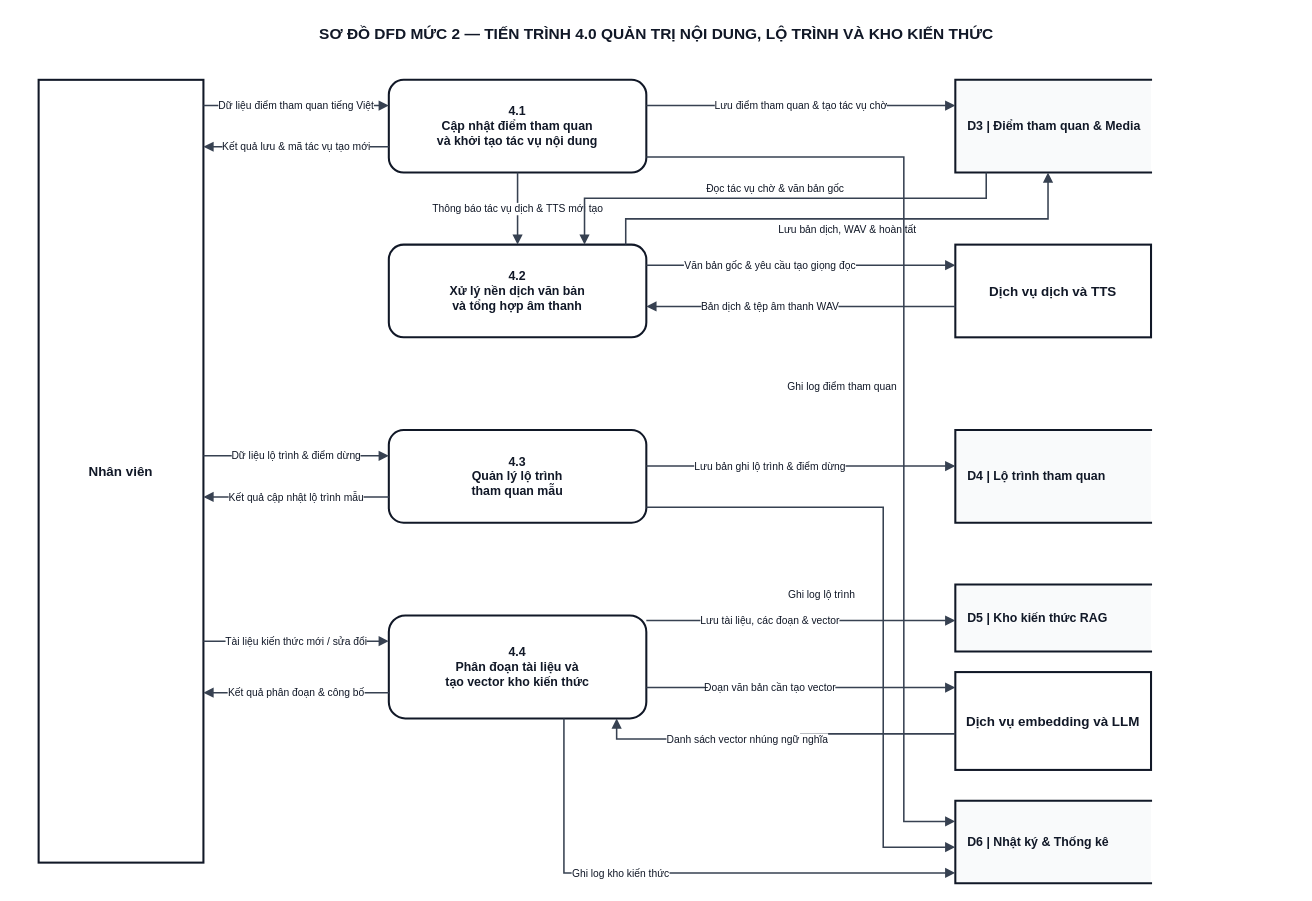
Before: docs/diagram/dfd/DFD_Level_2_P4_Content_Knowledge_Admin.drawio in Kazuken123/prj_sgu26_cnpm, a draw.io diagram. Source tidied: cells renumbered, new cells numbered last; positions are measured from the earlier drawing's top-left corner, leaving out a move shared by most shapes. Both pictures are drawn from the tidied source at 103%, with x=0, y=0 at pixel (18, 18).
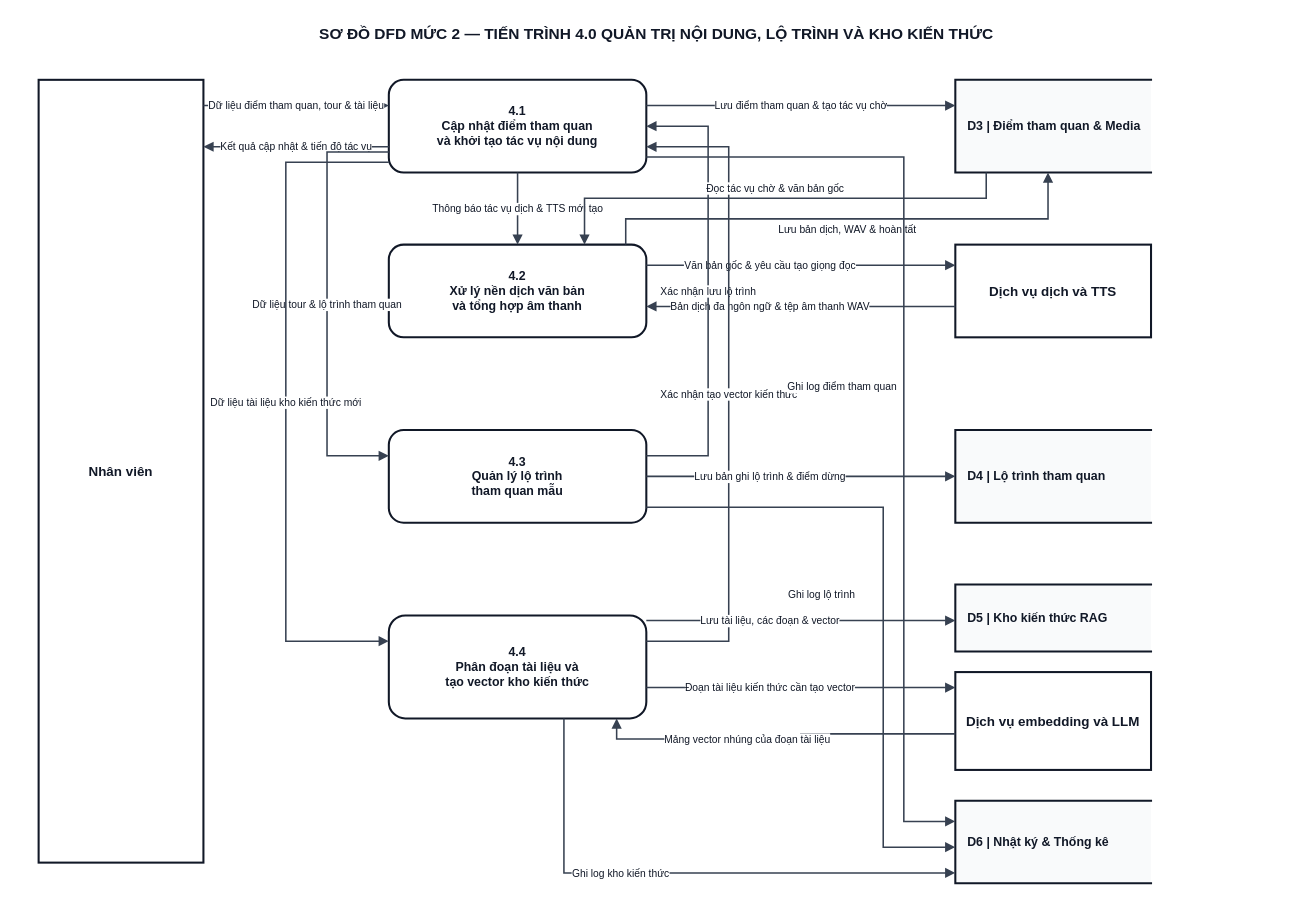
The same diagram, later.

The change refers to these unchanged cells:
```xml
<mxCell id="3" value="Nhân viên" style="rounded=0;whiteSpace=wrap;html=1;fillColor=#FFFFFF;strokeColor=#111827;strokeWidth=2;fontFamily=Arial;fontSize=13;fontStyle=1;fontColor=#111827;align=center;" parent="1" vertex="1">
  <mxGeometry x="20" y="60" width="160" height="760" as="geometry" />
</mxCell>
<mxCell id="4" value="&lt;b&gt;4.1&lt;/b&gt;&lt;br/&gt;Cập nhật điểm tham quan&lt;br/&gt;và khởi tạo tác vụ nội dung" style="rounded=1;arcSize=16;whiteSpace=wrap;html=1;fillColor=#FFFFFF;strokeColor=#111827;strokeWidth=2;fontFamily=Arial;fontSize=12;fontStyle=1;fontColor=#111827;align=center;" parent="1" vertex="1">
  <mxGeometry x="360" y="60" width="250" height="90" as="geometry" />
</mxCell>
<mxCell id="5" value="&lt;b&gt;4.2&lt;/b&gt;&lt;br/&gt;Xử lý nền dịch văn bản&lt;br/&gt;và tổng hợp âm thanh" style="rounded=1;arcSize=16;whiteSpace=wrap;html=1;fillColor=#FFFFFF;strokeColor=#111827;strokeWidth=2;fontFamily=Arial;fontSize=12;fontStyle=1;fontColor=#111827;align=center;" parent="1" vertex="1">
  <mxGeometry x="360" y="220" width="250" height="90" as="geometry" />
</mxCell>
<mxCell id="6" value="&lt;b&gt;4.3&lt;/b&gt;&lt;br/&gt;Quản lý lộ trình&lt;br/&gt;tham quan mẫu" style="rounded=1;arcSize=16;whiteSpace=wrap;html=1;fillColor=#FFFFFF;strokeColor=#111827;strokeWidth=2;fontFamily=Arial;fontSize=12;fontStyle=1;fontColor=#111827;align=center;" parent="1" vertex="1">
  <mxGeometry x="360" y="400" width="250" height="90" as="geometry" />
</mxCell>
<mxCell id="7" value="&lt;b&gt;4.4&lt;/b&gt;&lt;br/&gt;Phân đoạn tài liệu và&lt;br/&gt;tạo vector kho kiến thức" style="rounded=1;arcSize=16;whiteSpace=wrap;html=1;fillColor=#FFFFFF;strokeColor=#111827;strokeWidth=2;fontFamily=Arial;fontSize=12;fontStyle=1;fontColor=#111827;align=center;" parent="1" vertex="1">
  <mxGeometry x="360" y="580" width="250" height="100" as="geometry" />
</mxCell>
<mxCell id="8" value="&lt;b&gt;D3&lt;/b&gt; | Điểm tham quan &amp; Media" style="shape=partialRectangle;whiteSpace=wrap;html=1;left=1;right=0;top=1;bottom=1;fillColor=#F9FAFB;strokeColor=#111827;strokeWidth=2;fontFamily=Arial;fontSize=12;fontStyle=1;fontColor=#111827;align=left;spacingLeft=10;" parent="1" vertex="1">
  <mxGeometry x="910" y="60" width="190" height="90" as="geometry" />
</mxCell>
<mxCell id="9" value="Dịch vụ dịch và TTS" style="rounded=0;whiteSpace=wrap;html=1;fillColor=#FFFFFF;strokeColor=#111827;strokeWidth=2;fontFamily=Arial;fontSize=13;fontStyle=1;fontColor=#111827;align=center;" parent="1" vertex="1">
  <mxGeometry x="910" y="220" width="190" height="90" as="geometry" />
</mxCell>
<mxCell id="10" value="&lt;b&gt;D4&lt;/b&gt; | Lộ trình tham quan" style="shape=partialRectangle;whiteSpace=wrap;html=1;left=1;right=0;top=1;bottom=1;fillColor=#F9FAFB;strokeColor=#111827;strokeWidth=2;fontFamily=Arial;fontSize=12;fontStyle=1;fontColor=#111827;align=left;spacingLeft=10;" parent="1" vertex="1">
  <mxGeometry x="910" y="400" width="190" height="90" as="geometry" />
</mxCell>
<mxCell id="11" value="&lt;b&gt;D5&lt;/b&gt; | Kho kiến thức RAG" style="shape=partialRectangle;whiteSpace=wrap;html=1;left=1;right=0;top=1;bottom=1;fillColor=#F9FAFB;strokeColor=#111827;strokeWidth=2;fontFamily=Arial;fontSize=12;fontStyle=1;fontColor=#111827;align=left;spacingLeft=10;" parent="1" vertex="1">
  <mxGeometry x="910" y="550" width="190" height="65" as="geometry" />
</mxCell>
<mxCell id="12" value="Dịch vụ embedding và LLM" style="rounded=0;whiteSpace=wrap;html=1;fillColor=#FFFFFF;strokeColor=#111827;strokeWidth=2;fontFamily=Arial;fontSize=13;fontStyle=1;fontColor=#111827;align=center;" parent="1" vertex="1">
  <mxGeometry x="910" y="635" width="190" height="95" as="geometry" />
</mxCell>
```

The edit, as a diff of the source:
```diff
@@
-    <mxCell id="14" value="Dữ liệu điểm tham quan tiếng Việt" style="edgeStyle=orthogonalEdgeStyle;rounded=0;jettySize=auto;html=1;strokeColor=#374151;strokeWidth=1.5;endArrow=block;endFill=1;fontFamily=Arial;fontSize=10;fontColor=#111827;labelBackgroundColor=#FFFFFF;spacing=2;exitX=1.0000;exitY=0.0329;exitDx=0;exitDy=0;entryX=0.0000;entryY=0.2778;entryDx=0;entryDy=0;" parent="1" edge="1" source="3" target="4">
+    <mxCell id="14" value="Dữ liệu điểm tham quan, tour &amp; tài liệu" style="edgeStyle=orthogonalEdgeStyle;rounded=0;jettySize=auto;html=1;strokeColor=#374151;strokeWidth=1.5;endArrow=block;endFill=1;fontFamily=Arial;fontSize=10;fontColor=#111827;labelBackgroundColor=#FFFFFF;spacing=2;exitX=1.0000;exitY=0.0329;exitDx=0;exitDy=0;entryX=0.0000;entryY=0.2778;entryDx=0;entryDy=0;" parent="1" edge="1" source="3" target="4">
       <mxGeometry relative="1" as="geometry" />
     </mxCell>
-    <mxCell id="15" value="Kết quả lưu &amp; mã tác vụ tạo mới" style="edgeStyle=orthogonalEdgeStyle;rounded=0;jettySize=auto;html=1;strokeColor=#374151;strokeWidth=1.5;endArrow=block;endFill=1;fontFamily=Arial;fontSize=10;fontColor=#111827;labelBackgroundColor=#FFFFFF;spacing=2;exitX=0.0000;exitY=0.7222;exitDx=0;exitDy=0;entryX=1.0000;entryY=0.0855;entryDx=0;entryDy=0;" parent="1" edge="1" source="4" target="3">
+    <mxCell id="15" value="Kết quả cập nhật &amp; tiến độ tác vụ" style="edgeStyle=orthogonalEdgeStyle;rounded=0;jettySize=auto;html=1;strokeColor=#374151;strokeWidth=1.5;endArrow=block;endFill=1;fontFamily=Arial;fontSize=10;fontColor=#111827;labelBackgroundColor=#FFFFFF;spacing=2;exitX=0.0000;exitY=0.7222;exitDx=0;exitDy=0;entryX=1.0000;entryY=0.0855;entryDx=0;entryDy=0;" parent="1" edge="1" source="4" target="3">
       <mxGeometry relative="1" as="geometry" />
     </mxCell>
-    <mxCell id="16" value="Dữ liệu lộ trình &amp; điểm dừng" style="edgeStyle=orthogonalEdgeStyle;rounded=0;jettySize=auto;html=1;strokeColor=#374151;strokeWidth=1.5;endArrow=block;endFill=1;fontFamily=Arial;fontSize=10;fontColor=#111827;labelBackgroundColor=#FFFFFF;spacing=2;exitX=1.0000;exitY=0.4803;exitDx=0;exitDy=0;entryX=0.0000;entryY=0.2778;entryDx=0;entryDy=0;" parent="1" edge="1" source="3" target="6">
-      <mxGeometry relative="1" as="geometry" />
-    </mxCell>
-    <mxCell id="17" value="Kết quả cập nhật lộ trình mẫu" style="edgeStyle=orthogonalEdgeStyle;rounded=0;jettySize=auto;html=1;strokeColor=#374151;strokeWidth=1.5;endArrow=block;endFill=1;fontFamily=Arial;fontSize=10;fontColor=#111827;labelBackgroundColor=#FFFFFF;spacing=2;exitX=0.0000;exitY=0.7222;exitDx=0;exitDy=0;entryX=1.0000;entryY=0.5329;entryDx=0;entryDy=0;" parent="1" edge="1" source="6" target="3">
-      <mxGeometry relative="1" as="geometry" />
-    </mxCell>
-    <mxCell id="18" value="Tài liệu kiến thức mới / sửa đổi" style="edgeStyle=orthogonalEdgeStyle;rounded=0;jettySize=auto;html=1;strokeColor=#374151;strokeWidth=1.5;endArrow=block;endFill=1;fontFamily=Arial;fontSize=10;fontColor=#111827;labelBackgroundColor=#FFFFFF;spacing=2;exitX=1.0000;exitY=0.7171;exitDx=0;exitDy=0;entryX=0.0000;entryY=0.2500;entryDx=0;entryDy=0;" parent="1" edge="1" source="3" target="7">
-      <mxGeometry relative="1" as="geometry" />
-    </mxCell>
-    <mxCell id="19" value="Kết quả phân đoạn &amp; công bố" style="edgeStyle=orthogonalEdgeStyle;rounded=0;jettySize=auto;html=1;strokeColor=#374151;strokeWidth=1.5;endArrow=block;endFill=1;fontFamily=Arial;fontSize=10;fontColor=#111827;labelBackgroundColor=#FFFFFF;spacing=2;exitX=0.0000;exitY=0.7500;exitDx=0;exitDy=0;entryX=1.0000;entryY=0.7829;entryDx=0;entryDy=0;" parent="1" edge="1" source="7" target="3">
-      <mxGeometry relative="1" as="geometry" />
-    </mxCell>
-    <mxCell id="20" value="Lưu điểm tham quan &amp; tạo tác vụ chờ" style="edgeStyle=orthogonalEdgeStyle;rounded=0;jettySize=auto;html=1;strokeColor=#374151;strokeWidth=1.5;endArrow=block;endFill=1;fontFamily=Arial;fontSize=10;fontColor=#111827;labelBackgroundColor=#FFFFFF;spacing=2;exitX=1.0000;exitY=0.2778;exitDx=0;exitDy=0;entryX=0.0000;entryY=0.2778;entryDx=0;entryDy=0;" parent="1" edge="1" source="4" target="8">
-      <mxGeometry relative="1" as="geometry" />
-    </mxCell>
@@
-    <mxCell id="22" value="Bản dịch &amp; tệp âm thanh WAV" style="edgeStyle=orthogonalEdgeStyle;rounded=0;jettySize=auto;html=1;strokeColor=#374151;strokeWidth=1.5;endArrow=block;endFill=1;fontFamily=Arial;fontSize=10;fontColor=#111827;labelBackgroundColor=#FFFFFF;spacing=2;exitX=0.0000;exitY=0.6667;exitDx=0;exitDy=0;entryX=1.0000;entryY=0.6667;entryDx=0;entryDy=0;" parent="1" edge="1" source="9" target="5">
+    <mxCell id="22" value="Bản dịch đa ngôn ngữ &amp; tệp âm thanh WAV" style="edgeStyle=orthogonalEdgeStyle;rounded=0;jettySize=auto;html=1;strokeColor=#374151;strokeWidth=1.5;endArrow=block;endFill=1;fontFamily=Arial;fontSize=10;fontColor=#111827;labelBackgroundColor=#FFFFFF;spacing=2;exitX=0.0000;exitY=0.6667;exitDx=0;exitDy=0;entryX=1.0000;entryY=0.6667;entryDx=0;entryDy=0;" parent="1" edge="1" source="9" target="5">
       <mxGeometry relative="1" as="geometry">
         <mxPoint x="-30" as="offset" />
       </mxGeometry>
     </mxCell>
-    <mxCell id="23" value="Lưu bản ghi lộ trình &amp; điểm dừng" style="edgeStyle=orthogonalEdgeStyle;rounded=0;jettySize=auto;html=1;strokeColor=#374151;strokeWidth=1.5;endArrow=block;endFill=1;fontFamily=Arial;fontSize=10;fontColor=#111827;labelBackgroundColor=#FFFFFF;spacing=2;exitX=1.0000;exitY=0.3889;exitDx=0;exitDy=0;entryX=0.0000;entryY=0.3889;entryDx=0;entryDy=0;" parent="1" edge="1" source="6" target="10">
-      <mxGeometry relative="1" as="geometry">
-        <mxPoint x="-30" as="offset" />
-      </mxGeometry>
-    </mxCell>
-    <mxCell id="24" value="Lưu tài liệu, các đoạn &amp; vector" style="edgeStyle=orthogonalEdgeStyle;rounded=0;jettySize=auto;html=1;strokeColor=#374151;strokeWidth=1.5;endArrow=block;endFill=1;fontFamily=Arial;fontSize=10;fontColor=#111827;labelBackgroundColor=#FFFFFF;spacing=2;exitX=1.0000;exitY=0.0500;exitDx=0;exitDy=0;entryX=0.0000;entryY=0.5385;entryDx=0;entryDy=0;" parent="1" edge="1" source="7" target="11">
-      <mxGeometry relative="1" as="geometry">
-        <mxPoint x="-30" as="offset" />
-      </mxGeometry>
-    </mxCell>
-    <mxCell id="25" value="Đoạn văn bản cần tạo vector" style="edgeStyle=orthogonalEdgeStyle;rounded=0;jettySize=auto;html=1;strokeColor=#374151;strokeWidth=1.5;endArrow=block;endFill=1;fontFamily=Arial;fontSize=10;fontColor=#111827;labelBackgroundColor=#FFFFFF;spacing=2;exitX=1.0000;exitY=0.7000;exitDx=0;exitDy=0;entryX=0.0000;entryY=0.1579;entryDx=0;entryDy=0;" parent="1" edge="1" source="7" target="12">
+    <mxCell id="25" value="Đoạn tài liệu kiến thức cần tạo vector" style="edgeStyle=orthogonalEdgeStyle;rounded=0;jettySize=auto;html=1;strokeColor=#374151;strokeWidth=1.5;endArrow=block;endFill=1;fontFamily=Arial;fontSize=10;fontColor=#111827;labelBackgroundColor=#FFFFFF;spacing=2;exitX=1.0000;exitY=0.7000;exitDx=0;exitDy=0;entryX=0.0000;entryY=0.1579;entryDx=0;entryDy=0;" parent="1" edge="1" source="7" target="12">
       <mxGeometry relative="1" as="geometry">
         <mxPoint x="-30" as="offset" />
       </mxGeometry>
     </mxCell>
-    <mxCell id="26" value="Danh sách vector nhúng ngữ nghĩa" style="edgeStyle=orthogonalEdgeStyle;rounded=0;jettySize=auto;html=1;strokeColor=#374151;strokeWidth=1.5;endArrow=block;endFill=1;fontFamily=Arial;fontSize=10;fontColor=#111827;labelBackgroundColor=#FFFFFF;spacing=2;exitX=0.0000;exitY=0.6316;exitDx=0;exitDy=0;entryX=1.0000;entryY=1.1500;entryDx=0;entryDy=0;" parent="1" edge="1" source="12" target="7">
+    <mxCell id="26" value="Mảng vector nhúng của đoạn tài liệu" style="edgeStyle=orthogonalEdgeStyle;rounded=0;jettySize=auto;html=1;strokeColor=#374151;strokeWidth=1.5;endArrow=block;endFill=1;fontFamily=Arial;fontSize=10;fontColor=#111827;labelBackgroundColor=#FFFFFF;spacing=2;exitX=0.0000;exitY=0.6316;exitDx=0;exitDy=0;entryX=1.0000;entryY=1.1500;entryDx=0;entryDy=0;" parent="1" edge="1" source="12" target="7">
       <mxGeometry relative="1" as="geometry">
         <mxPoint x="-30" as="offset" />
       </mxGeometry>
     </mxCell>
@@
+    <mxCell id="33" value="Dữ liệu tour &amp; lộ trình tham quan" style="edgeStyle=orthogonalEdgeStyle;rounded=0;jettySize=auto;html=1;strokeColor=#374151;strokeWidth=1.5;endArrow=block;endFill=1;fontFamily=Arial;fontSize=10;fontColor=#111827;labelBackgroundColor=#FFFFFF;spacing=2;exitX=0.0000;exitY=0.7778;exitDx=0;exitDy=0;entryX=0.0000;entryY=0.2778;entryDx=0;entryDy=0;" parent="1" edge="1" source="4" target="6">
+      <mxGeometry relative="1" as="geometry">
+        <Array as="points">
+          <mxPoint x="360" y="130" />
+          <mxPoint x="300" y="130" />
+          <mxPoint x="300" y="425" />
+          <mxPoint x="360" y="425" />
+        </Array>
+      </mxGeometry>
+    </mxCell>
+    <mxCell id="34" value="Dữ liệu tài liệu kho kiến thức mới" style="edgeStyle=orthogonalEdgeStyle;rounded=0;jettySize=auto;html=1;strokeColor=#374151;strokeWidth=1.5;endArrow=block;endFill=1;fontFamily=Arial;fontSize=10;fontColor=#111827;labelBackgroundColor=#FFFFFF;spacing=2;exitX=0.0000;exitY=0.8889;exitDx=0;exitDy=0;entryX=0.0000;entryY=0.2500;entryDx=0;entryDy=0;" parent="1" edge="1" source="4" target="7">
+      <mxGeometry relative="1" as="geometry">
+        <Array as="points">
+          <mxPoint x="360" y="140" />
+          <mxPoint x="260" y="140" />
+          <mxPoint x="260" y="605" />
+          <mxPoint x="360" y="605" />
+        </Array>
+      </mxGeometry>
+    </mxCell>
+    <mxCell id="35" value="Xác nhận lưu lộ trình" style="edgeStyle=orthogonalEdgeStyle;rounded=0;jettySize=auto;html=1;strokeColor=#374151;strokeWidth=1.5;endArrow=block;endFill=1;fontFamily=Arial;fontSize=10;fontColor=#111827;labelBackgroundColor=#FFFFFF;spacing=2;exitX=1.0000;exitY=0.2778;exitDx=0;exitDy=0;entryX=1.0000;entryY=0.5000;entryDx=0;entryDy=0;" parent="1" edge="1" source="6" target="4">
+      <mxGeometry relative="1" as="geometry">
+        <Array as="points">
+          <mxPoint x="610" y="425" />
+          <mxPoint x="670" y="425" />
+          <mxPoint x="670" y="105" />
+          <mxPoint x="610" y="105" />
+        </Array>
+      </mxGeometry>
+    </mxCell>
+    <mxCell id="36" value="Xác nhận tạo vector kiến thức" style="edgeStyle=orthogonalEdgeStyle;rounded=0;jettySize=auto;html=1;strokeColor=#374151;strokeWidth=1.5;endArrow=block;endFill=1;fontFamily=Arial;fontSize=10;fontColor=#111827;labelBackgroundColor=#FFFFFF;spacing=2;exitX=1.0000;exitY=0.2500;exitDx=0;exitDy=0;entryX=1.0000;entryY=0.7222;entryDx=0;entryDy=0;" parent="1" edge="1" source="7" target="4">
+      <mxGeometry relative="1" as="geometry">
+        <Array as="points">
+          <mxPoint x="610" y="605" />
+          <mxPoint x="690" y="605" />
+          <mxPoint x="690" y="125" />
+          <mxPoint x="610" y="125" />
+        </Array>
+      </mxGeometry>
+    </mxCell>
+    <mxCell id="20" value="Lưu điểm tham quan &amp; tạo tác vụ chờ" style="edgeStyle=orthogonalEdgeStyle;rounded=0;jettySize=auto;html=1;strokeColor=#374151;strokeWidth=1.5;endArrow=block;endFill=1;fontFamily=Arial;fontSize=10;fontColor=#111827;labelBackgroundColor=#FFFFFF;spacing=2;exitX=1.0000;exitY=0.2778;exitDx=0;exitDy=0;entryX=0.0000;entryY=0.2778;entryDx=0;entryDy=0;" parent="1" edge="1" source="4" target="8">
+      <mxGeometry relative="1" as="geometry" />
+    </mxCell>
+    <mxCell id="23" value="Lưu bản ghi lộ trình &amp; điểm dừng" style="edgeStyle=orthogonalEdgeStyle;rounded=0;jettySize=auto;html=1;strokeColor=#374151;strokeWidth=1.5;endArrow=block;endFill=1;fontFamily=Arial;fontSize=10;fontColor=#111827;labelBackgroundColor=#FFFFFF;spacing=2;exitX=1.0000;exitY=0.5000;exitDx=0;exitDy=0;entryX=0.0000;entryY=0.5000;entryDx=0;entryDy=0;" parent="1" edge="1" source="6" target="10">
+      <mxGeometry relative="1" as="geometry">
+        <mxPoint x="-30" as="offset" />
+      </mxGeometry>
+    </mxCell>
+    <mxCell id="24" value="Lưu tài liệu, các đoạn &amp; vector" style="edgeStyle=orthogonalEdgeStyle;rounded=0;jettySize=auto;html=1;strokeColor=#374151;strokeWidth=1.5;endArrow=block;endFill=1;fontFamily=Arial;fontSize=10;fontColor=#111827;labelBackgroundColor=#FFFFFF;spacing=2;exitX=1.0000;exitY=0.0500;exitDx=0;exitDy=0;entryX=0.0000;entryY=0.5385;entryDx=0;entryDy=0;" parent="1" edge="1" source="7" target="11">
+      <mxGeometry relative="1" as="geometry">
+        <mxPoint x="-30" as="offset" />
+      </mxGeometry>
+    </mxCell>
```
